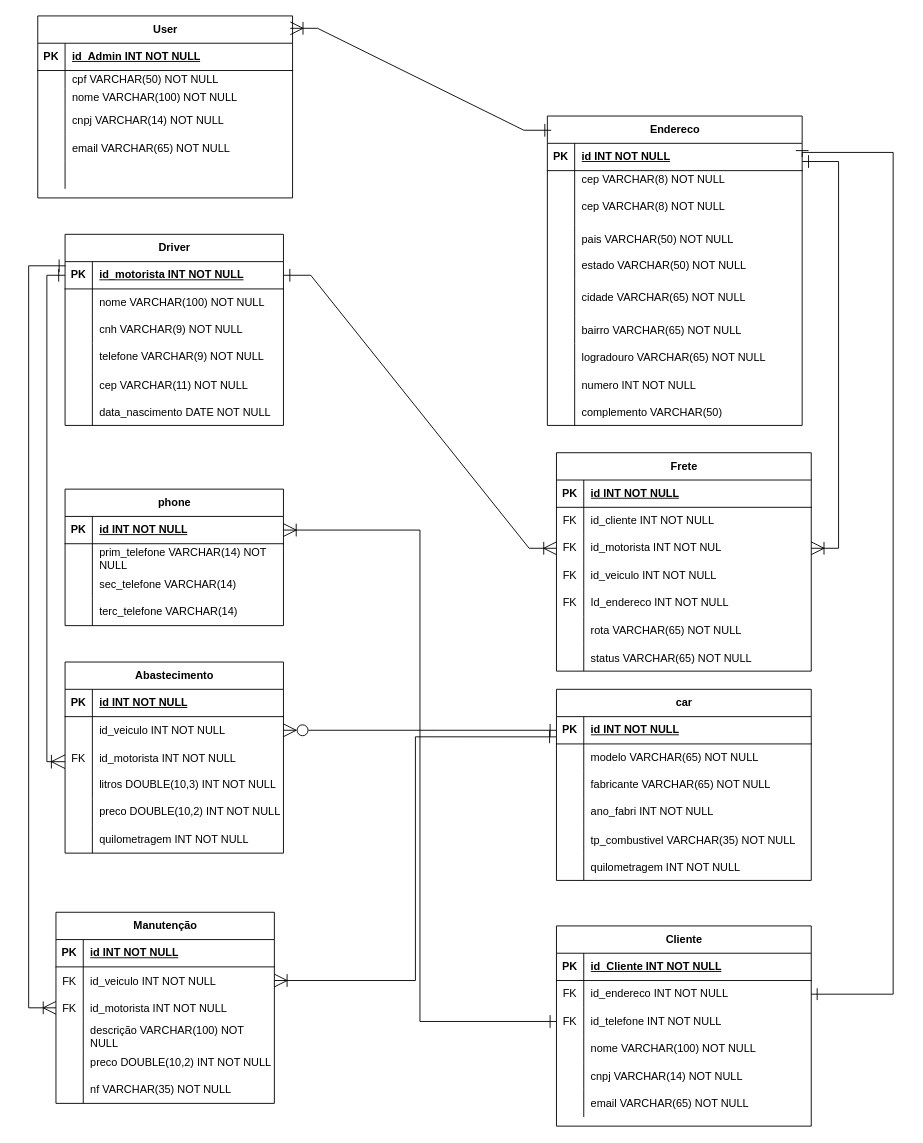
This is Database/der (1).drawio from MariaEduarda94/Projeto-Extens-o, a draw.io file, before an edit. Source tidied: cells renumbered, new cells numbered last; positions are measured from the earlier drawing's top-left corner, leaving out a move shared by most shapes. Both pictures are drawn from the tidied source at 91%, with x=0, y=0 at pixel (37, 15).
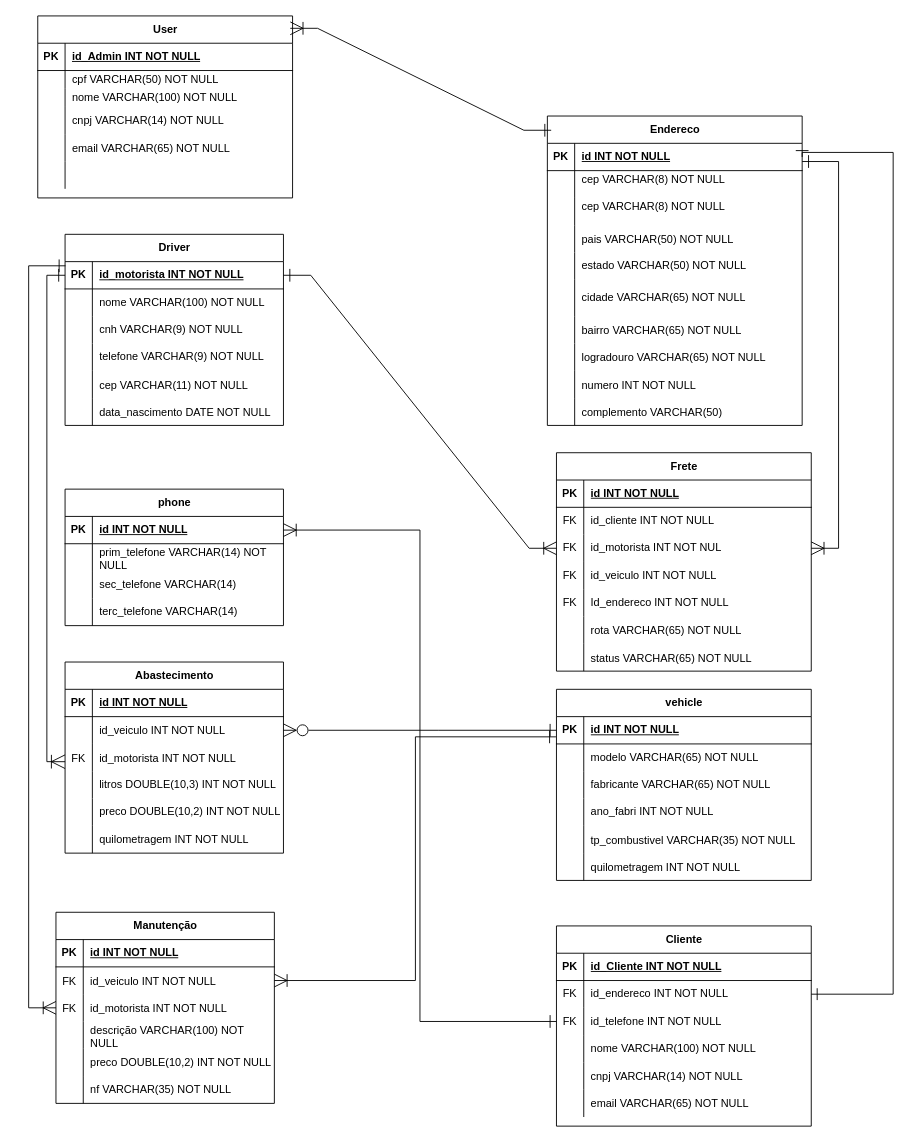
After the change.

Diff of the diagram source:
```diff
@@
-    <mxCell id="85" value="&lt;div&gt;car&lt;/div&gt;" style="shape=table;startSize=30;childLayout=tableLayout;rowLines=0;fontStyle=1;align=center;html=1;" parent="1" vertex="1">
+    <mxCell id="85" value="&lt;div&gt;vehicle&lt;/div&gt;" style="shape=table;startSize=30;childLayout=tableLayout;rowLines=0;fontStyle=1;align=center;html=1;" parent="1" vertex="1">
       <mxGeometry x="570" y="740" width="280" height="210" as="geometry" />
     </mxCell>
```
